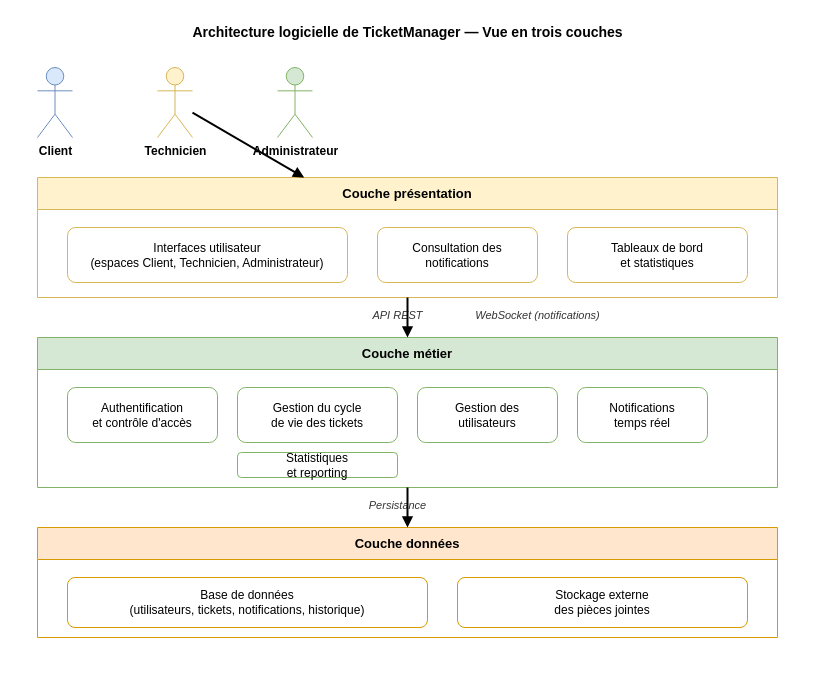
The draw.io diagram docs/diagrammes/architecture-applicative-3-tiers.drawio in amelbenhazem/TicketManager, before the edit. Source tidied: cells renumbered, new cells numbered last; positions are measured from the earlier drawing's top-left corner, leaving out a move shared by most shapes. Both pictures are drawn from the tidied source at 100%, with x=0, y=0 at pixel (37, 17).
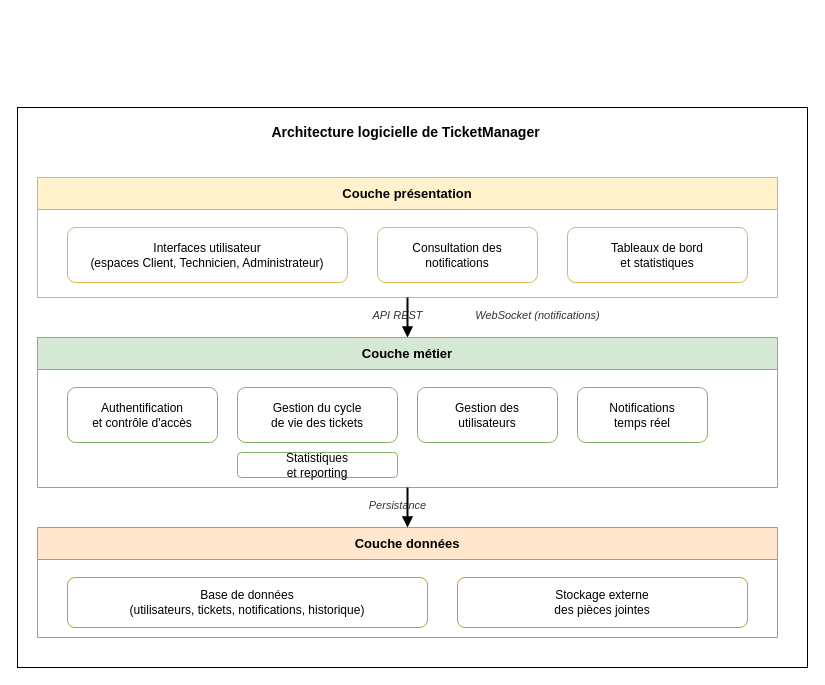
The same page after the edit.

The change refers to these unchanged cells:
```xml
<mxCell id="6" value="Couche présentation" style="swimlane;whiteSpace=wrap;html=1;fillColor=#fff2cc;strokeColor=#d6b656;fontColor=#000000;fontStyle=1;fontSize=13;startSize=32;" parent="1" vertex="1">
  <mxGeometry y="160" width="740" height="120" as="geometry" />
</mxCell>
```

Change to the diagram source:
```diff
@@
+    <mxCell id="25" style="rounded=0;whiteSpace=wrap;html=1;fillColor=#FFFFFF;" parent="1" vertex="1">
+      <mxGeometry x="-20" y="90" width="790" height="560" as="geometry" />
+    </mxCell>
-    <mxCell id="2" value="Architecture logicielle de TicketManager — Vue en trois couches" style="text;html=1;align=center;fontSize=14;fontStyle=1;fontColor=#000000;strokeColor=none;fillColor=none;" parent="1" vertex="1">
-      <mxGeometry x="70" width="600" height="30" as="geometry" />
+    <mxCell id="2" value="Architecture logicielle de TicketManager&amp;nbsp;" style="text;html=1;align=center;fontSize=14;fontStyle=1;fontColor=#000000;strokeColor=none;fillColor=none;" parent="1" vertex="1">
+      <mxGeometry x="70" y="100" width="600" height="30" as="geometry" />
     </mxCell>
-    <mxCell id="3" value="Client" style="shape=umlActor;verticalLabelPosition=bottom;verticalAlign=top;html=1;fillColor=#dae8fc;strokeColor=#6c8ebf;fontStyle=1;" parent="1" vertex="1">
-      <mxGeometry y="50" width="35" height="70" as="geometry" />
-    </mxCell>
-    <mxCell id="4" value="Technicien" style="shape=umlActor;verticalLabelPosition=bottom;verticalAlign=top;html=1;outlineConnect=0;fillColor=#fff2cc;strokeColor=#d6b656;fontStyle=1;" parent="1" vertex="1">
-      <mxGeometry x="120" y="50" width="35" height="70" as="geometry" />
-    </mxCell>
-    <mxCell id="5" value="Administrateur" style="shape=umlActor;verticalLabelPosition=bottom;verticalAlign=top;html=1;fillColor=#d5e8d4;strokeColor=#82b366;fontStyle=1;" parent="1" vertex="1">
-      <mxGeometry x="240" y="50" width="35" height="70" as="geometry" />
-    </mxCell>
@@
-    <mxCell id="22" style="endArrow=block;html=1;strokeColor=#000000;strokeWidth=2;" parent="1" edge="1" source="4" target="6">
-      <mxGeometry relative="1" as="geometry" />
-    </mxCell>
```
